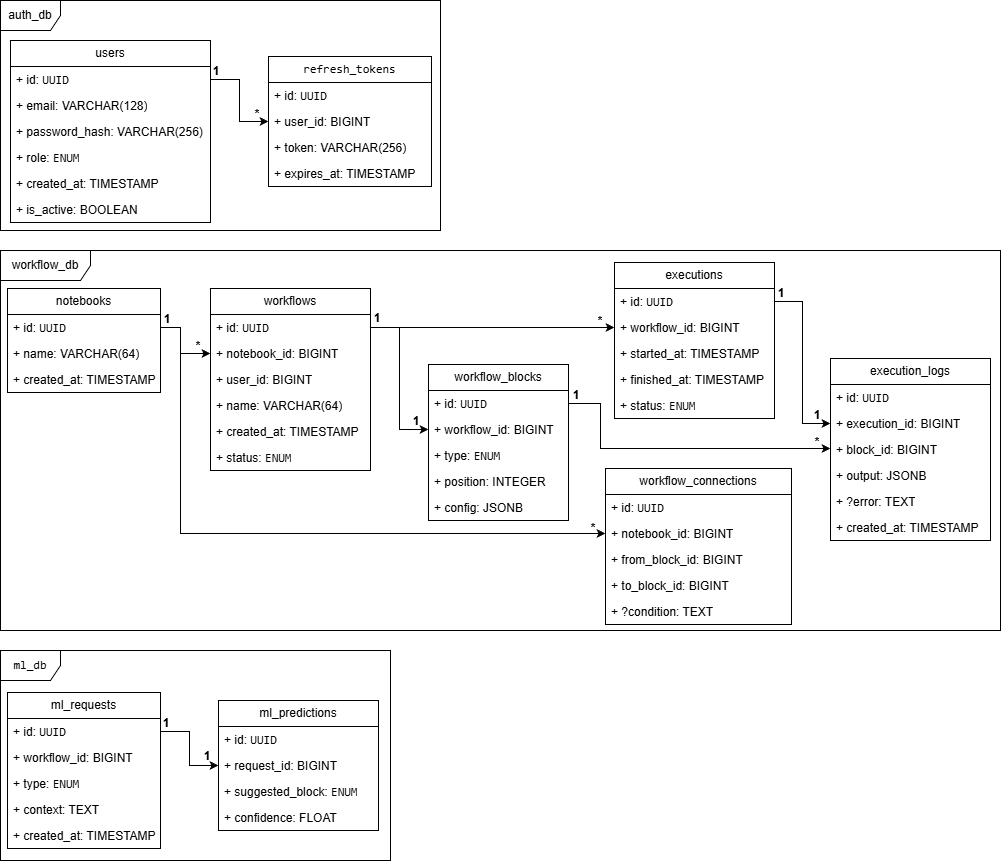
Earlier version of the draw.io export docs/ER_диаграмма.png (Michail19/FlowAct). Source tidied: cells renumbered, new cells last; positions are measured from the earlier drawing's top-left corner, leaving out a move shared by most shapes.
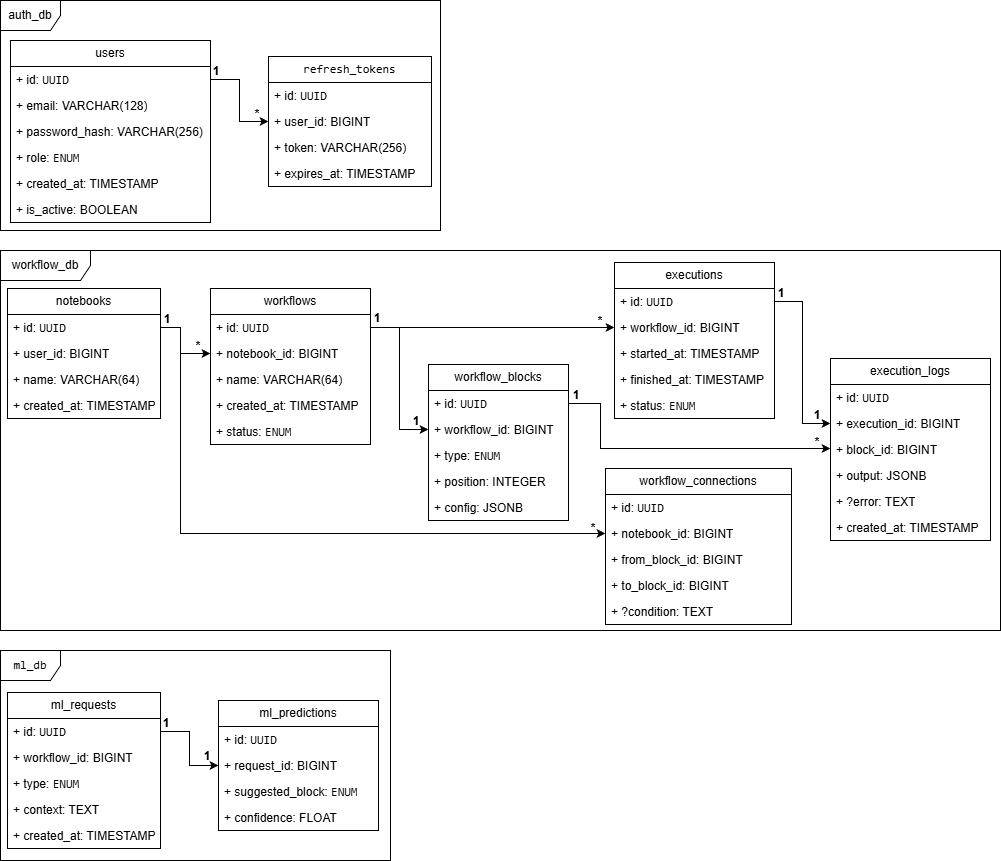
The same file after the commit.

Change to the diagram source:
```diff
@@ -9,7 +9,7 @@
       <mxGeometry y="250" width="1000" height="380" as="geometry" />
     </mxCell>
     <mxCell id="4" value="workflows" style="swimlane;fontStyle=0;horizontal=1;startSize=26;fillColor=none;whiteSpace=wrap;html=1;" parent="1" vertex="1">
-      <mxGeometry x="210" y="288" width="160" height="182" as="geometry" />
+      <mxGeometry x="210" y="288" width="160" height="156" as="geometry" />
     </mxCell>
     <mxCell id="5" value="+ id:&amp;nbsp;&lt;code&gt;UUID&lt;/code&gt;" style="text;strokeColor=none;fillColor=none;align=left;verticalAlign=top;spacingLeft=4;spacingRight=4;overflow=hidden;points=[[0,0.5],[1,0.5]];portConstraint=eastwest;whiteSpace=wrap;html=1;" parent="4" vertex="1">
       <mxGeometry y="26" width="160" height="26" as="geometry" />
@@ -17,17 +17,14 @@
     <mxCell id="6" value="+&amp;nbsp;&lt;span style=&quot;text-align: center;&quot;&gt;notebook_id&lt;/span&gt;: BIGINT" style="text;strokeColor=none;fillColor=none;align=left;verticalAlign=top;spacingLeft=4;spacingRight=4;overflow=hidden;points=[[0,0.5],[1,0.5]];portConstraint=eastwest;whiteSpace=wrap;html=1;" parent="4" vertex="1">
       <mxGeometry y="52" width="160" height="26" as="geometry" />
     </mxCell>
-    <mxCell id="7" value="+ user_id: BIGINT" style="text;strokeColor=none;fillColor=none;align=left;verticalAlign=top;spacingLeft=4;spacingRight=4;overflow=hidden;whiteSpace=wrap;html=1;" parent="4" vertex="1">
-      <mxGeometry y="78" width="160" height="26" as="geometry" />
-    </mxCell>
     <mxCell id="8" value="+ name: VARCHAR(64)" style="text;strokeColor=none;fillColor=none;align=left;verticalAlign=top;spacingLeft=4;spacingRight=4;overflow=hidden;whiteSpace=wrap;html=1;" parent="4" vertex="1">
-      <mxGeometry y="104" width="160" height="26" as="geometry" />
+      <mxGeometry y="78" width="160" height="26" as="geometry" />
     </mxCell>
     <mxCell id="9" value="+ created_at: TIMESTAMP " style="text;strokeColor=none;fillColor=none;align=left;verticalAlign=top;spacingLeft=4;spacingRight=4;overflow=hidden;whiteSpace=wrap;html=1;" parent="4" vertex="1">
-      <mxGeometry y="130" width="160" height="26" as="geometry" />
+      <mxGeometry y="104" width="160" height="26" as="geometry" />
     </mxCell>
     <mxCell id="10" value="+ status:&amp;nbsp;&lt;span style=&quot;font-family: monospace;&quot;&gt;ENUM&lt;/span&gt;" style="text;strokeColor=none;fillColor=none;align=left;verticalAlign=top;spacingLeft=4;spacingRight=4;overflow=hidden;whiteSpace=wrap;html=1;" parent="4" vertex="1">
-      <mxGeometry y="156" width="160" height="26" as="geometry" />
+      <mxGeometry y="130" width="160" height="26" as="geometry" />
     </mxCell>
     <mxCell id="11" value="users" style="swimlane;fontStyle=0;horizontal=1;startSize=26;fillColor=none;whiteSpace=wrap;html=1;" parent="1" vertex="1">
       <mxGeometry x="10" y="40" width="200" height="182" as="geometry" />
@@ -233,16 +230,19 @@
       <mxGeometry x="807" y="432" width="20" height="20" as="geometry" />
     </mxCell>
     <mxCell id="77" value="notebooks" style="swimlane;fontStyle=0;horizontal=1;startSize=26;fillColor=none;whiteSpace=wrap;html=1;" parent="1" vertex="1">
-      <mxGeometry x="7" y="288" width="153" height="104" as="geometry" />
+      <mxGeometry x="7" y="288" width="153" height="130" as="geometry" />
     </mxCell>
     <mxCell id="78" value="+ id:&amp;nbsp;&lt;code&gt;UUID&lt;/code&gt;" style="text;strokeColor=none;fillColor=none;align=left;verticalAlign=top;spacingLeft=4;spacingRight=4;overflow=hidden;points=[[0,0.5],[1,0.5]];portConstraint=eastwest;whiteSpace=wrap;html=1;" parent="77" vertex="1">
       <mxGeometry y="26" width="153" height="26" as="geometry" />
     </mxCell>
+    <mxCell id="7" value="+ user_id: BIGINT" style="text;strokeColor=none;fillColor=none;align=left;verticalAlign=top;spacingLeft=4;spacingRight=4;overflow=hidden;whiteSpace=wrap;html=1;" parent="77" vertex="1">
+      <mxGeometry y="52" width="153" height="26" as="geometry" />
+    </mxCell>
     <mxCell id="79" value="+ name: VARCHAR(64)" style="text;strokeColor=none;fillColor=none;align=left;verticalAlign=top;spacingLeft=4;spacingRight=4;overflow=hidden;whiteSpace=wrap;html=1;" parent="77" vertex="1">
-      <mxGeometry y="52" width="153" height="26" as="geometry" />
+      <mxGeometry y="78" width="153" height="26" as="geometry" />
     </mxCell>
     <mxCell id="80" value="+ created_at: TIMESTAMP" style="text;strokeColor=none;fillColor=none;align=left;verticalAlign=top;spacingLeft=4;spacingRight=4;overflow=hidden;whiteSpace=wrap;html=1;" parent="77" vertex="1">
-      <mxGeometry y="78" width="153" height="26" as="geometry" />
+      <mxGeometry y="104" width="153" height="26" as="geometry" />
     </mxCell>
     <mxCell id="81" style="edgeStyle=orthogonalEdgeStyle;rounded=0;jettySize=auto;html=1;" parent="1" edge="1" source="78" target="6">
       <mxGeometry relative="1" as="geometry">
```
